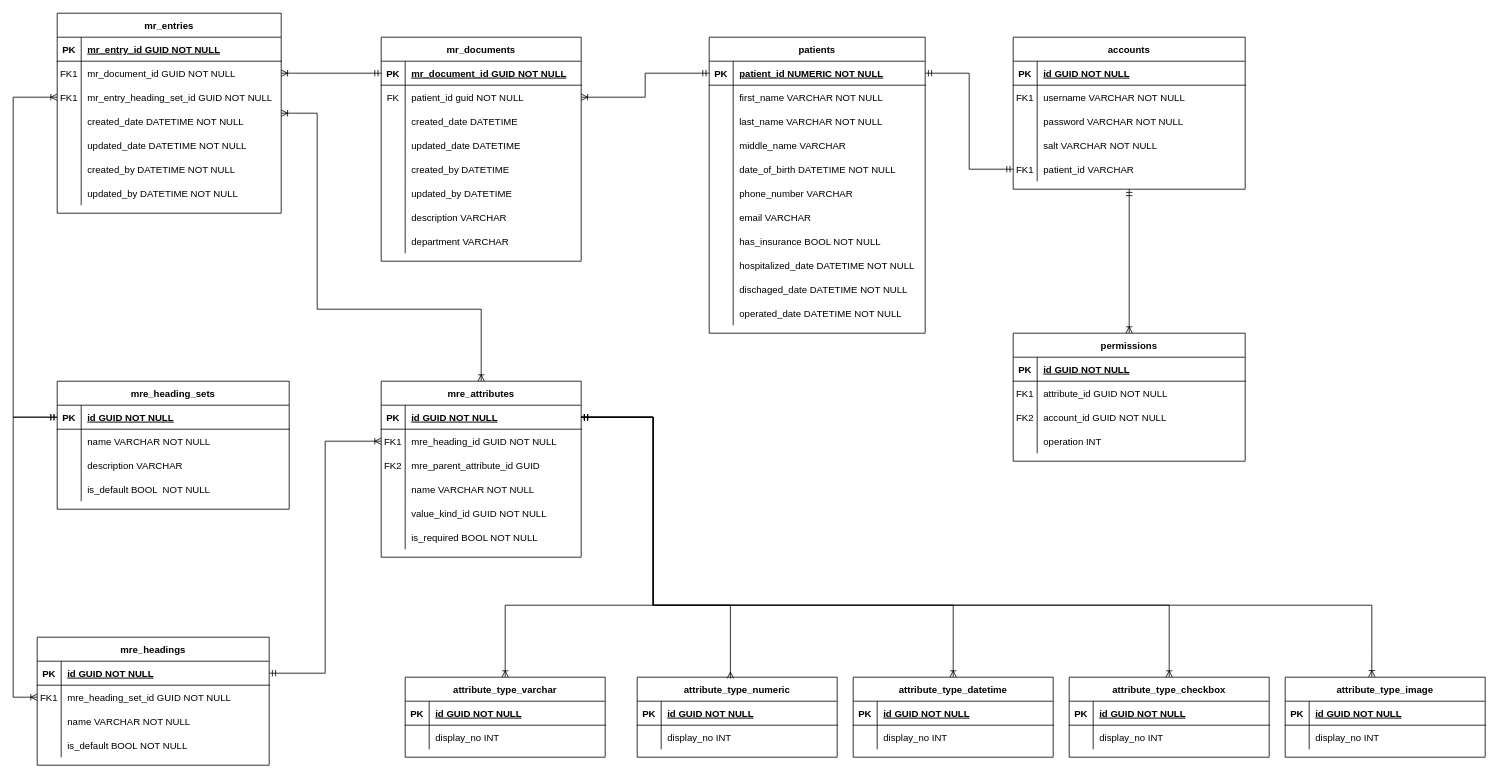
Above: documents/architectures/ERD_EAV.drawio in nhatmvo/dotnet.eMedicalRec.API (draw.io), before the change. Source tidied: cells renumbered, new cells numbered last; positions are measured from the earlier drawing's top-left corner, leaving out a move shared by most shapes. Both pictures are drawn from the tidied source at 80%, with x=0, y=0 at pixel (13, 13).
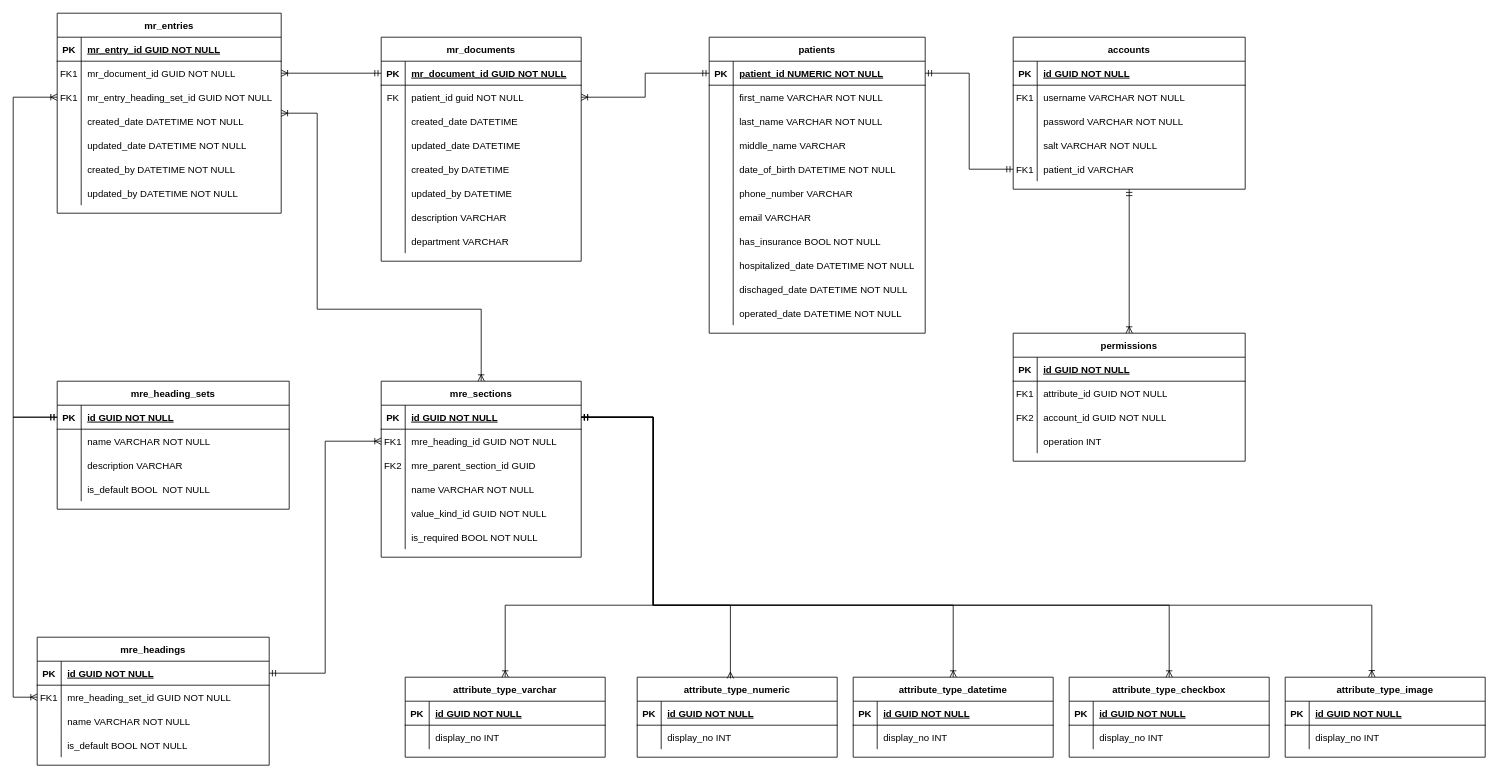
The same diagram, later.

The change refers to these unchanged cells:
```xml
<mxCell id="133" style="shape=partialRectangle;fillColor=none;top=0;left=0;right=0;bottom=0;" parent="126" vertex="1">
  <mxGeometry y="90" width="250" height="30" as="geometry" />
</mxCell>
```

Diff of the diagram source:
```diff
@@
-    <mxCell id="126" value="mre_attributes" style="shape=table;startSize=30;childLayout=tableLayout;rowLines=0;fontStyle=1;align=center;" parent="1" vertex="1">
+    <mxCell id="126" value="mre_sections" style="shape=table;startSize=30;childLayout=tableLayout;rowLines=0;fontStyle=1;align=center;" parent="1" vertex="1">
       <mxGeometry x="460" y="460" width="250" height="220" as="geometry" />
     </mxCell>
@@
-    <mxCell id="135" value="mre_parent_attribute_id GUID" style="shape=partialRectangle;overflow=hidden;fillColor=none;top=0;left=0;bottom=0;right=0;align=left;spacingLeft=6;" parent="133" vertex="1">
+    <mxCell id="135" value="mre_parent_section_id GUID" style="shape=partialRectangle;overflow=hidden;fillColor=none;top=0;left=0;bottom=0;right=0;align=left;spacingLeft=6;" parent="133" vertex="1">
       <mxGeometry x="30" width="220" height="30" as="geometry" />
     </mxCell>
```
